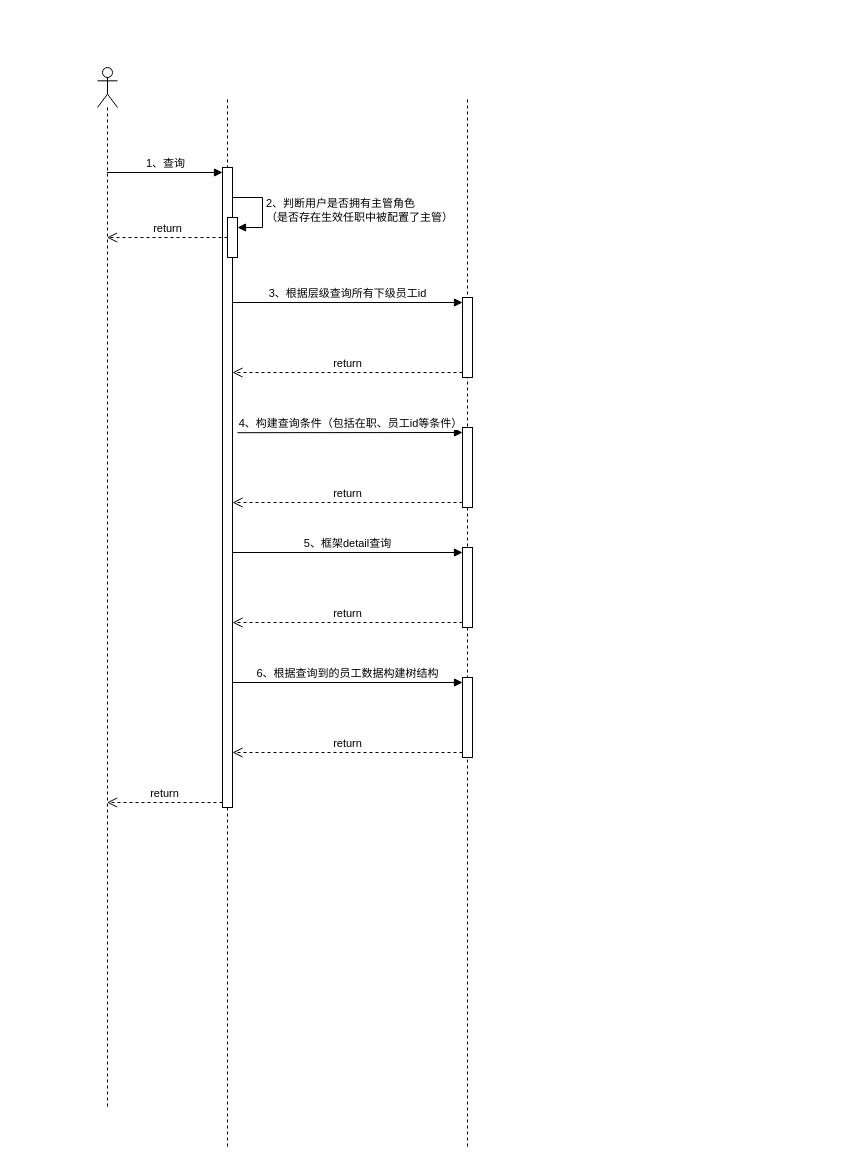
Above: 列表树查询.drawio in Super-YYQ/drawIo (draw.io), before the change. Source tidied: cells renumbered, new cells numbered last; positions are measured from the earlier drawing's top-left corner, leaving out a move shared by most shapes. Both pictures are drawn from the tidied source at 100%, with x=0, y=0 at pixel (97, 67).
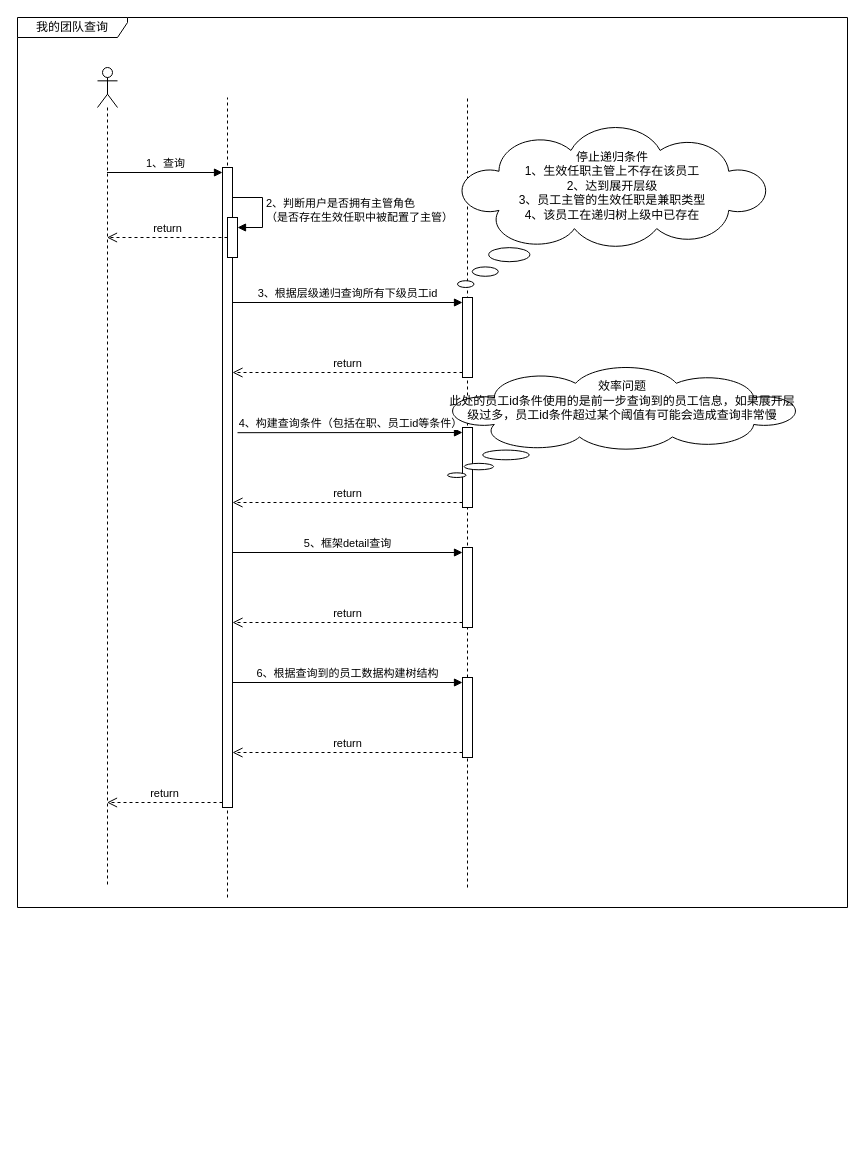
Above is the later version.

Commit message:
更新列表树查询.drawio

The change refers to these unchanged cells:
```xml
<mxCell id="4" style="html=1;points=[[0,0,0,0,5],[0,1,0,0,-5],[1,0,0,0,5],[1,1,0,0,-5]];perimeter=orthogonalPerimeter;outlineConnect=0;targetShapes=umlLifeline;portConstraint=eastwest;newEdgeStyle={&quot;curved&quot;:0,&quot;rounded&quot;:0};" parent="1" vertex="1">
  <mxGeometry x="125" y="100" width="10" height="640" as="geometry" />
</mxCell>
<mxCell id="11" style="html=1;points=[[0,0,0,0,5],[0,1,0,0,-5],[1,0,0,0,5],[1,1,0,0,-5]];perimeter=orthogonalPerimeter;outlineConnect=0;targetShapes=umlLifeline;portConstraint=eastwest;newEdgeStyle={&quot;curved&quot;:0,&quot;rounded&quot;:0};" parent="1" vertex="1">
  <mxGeometry x="365" y="230" width="10" height="80" as="geometry" />
</mxCell>
```

What changed in the source:
```diff
@@
     <mxCell id="2" style="shape=umlLifeline;perimeter=lifelinePerimeter;whiteSpace=wrap;html=1;outlineConnect=0;portConstraint=eastwest;newEdgeStyle={&quot;curved&quot;:0,&quot;rounded&quot;:0};participant=umlActor;" parent="1" vertex="1">
-      <mxGeometry width="20" height="1040" as="geometry" />
+      <mxGeometry width="20" height="820" as="geometry" />
     </mxCell>
     <mxCell id="3" style="endArrow=none;dashed=1;html=1;rounded=0;" parent="1" edge="1">
       <mxGeometry relative="1" as="geometry">
-        <mxPoint x="130" y="1079" as="sourcePoint" />
+        <mxPoint x="130" y="830" as="sourcePoint" />
         <mxPoint x="130" y="30" as="targetPoint" />
       </mxGeometry>
     </mxCell>
@@
     <mxCell id="7" style="endArrow=none;dashed=1;html=1;rounded=0;" parent="1" edge="1">
       <mxGeometry relative="1" as="geometry">
-        <mxPoint x="370" y="1079" as="sourcePoint" />
+        <mxPoint x="370" y="820" as="sourcePoint" />
         <mxPoint x="370" y="30" as="targetPoint" />
       </mxGeometry>
     </mxCell>
@@
-    <mxCell id="12" value="3、根据层级查询所有下级员工id" style="html=1;verticalAlign=bottom;endArrow=block;curved=0;rounded=0;entryX=0;entryY=0;entryDx=0;entryDy=5;" parent="1" edge="1" source="4" target="11">
+    <mxCell id="12" value="3、根据层级递归查询所有下级员工id" style="html=1;verticalAlign=bottom;endArrow=block;curved=0;rounded=0;entryX=0;entryY=0;entryDx=0;entryDy=5;" parent="1" edge="1" source="4" target="11">
       <mxGeometry relative="1" as="geometry" />
     </mxCell>
@@
+    <mxCell id="23" value="停止递归条件&lt;br&gt;1、生效任职主管上不存在该员工&lt;br&gt;2、达到展开层级&lt;br&gt;3、员工主管的生效任职是兼职类型&lt;br&gt;4、该员工在递归树上级中已存在&lt;br&gt;&lt;div&gt;&lt;br&gt;&lt;/div&gt;&lt;div&gt;&lt;br&gt;&lt;/div&gt;&lt;div&gt;&lt;br&gt;&lt;/div&gt;" style="whiteSpace=wrap;html=1;shape=mxgraph.basic.cloud_callout;" parent="1" vertex="1">
+      <mxGeometry x="360" y="60" width="310" height="160" as="geometry" />
+    </mxCell>
+    <mxCell id="24" value="效率问题&lt;br&gt;此处的员工id条件使用的是前一步查询到的员工信息，如果展开层级过多，员工id条件超过某个阈值有可能会造成查询非常慢&lt;br&gt;&lt;div&gt;&lt;br&gt;&lt;/div&gt;&lt;div&gt;&lt;br&gt;&lt;/div&gt;&lt;div&gt;&lt;br&gt;&lt;/div&gt;" style="whiteSpace=wrap;html=1;shape=mxgraph.basic.cloud_callout;" parent="1" vertex="1">
+      <mxGeometry x="350" y="300" width="350" height="110" as="geometry" />
+    </mxCell>
+    <mxCell id="25" value="我的团队查询" style="shape=umlFrame;whiteSpace=wrap;html=1;width=110;height=20;" parent="1" vertex="1">
+      <mxGeometry x="-80" y="-50" width="830" height="890" as="geometry" />
+    </mxCell>
```
